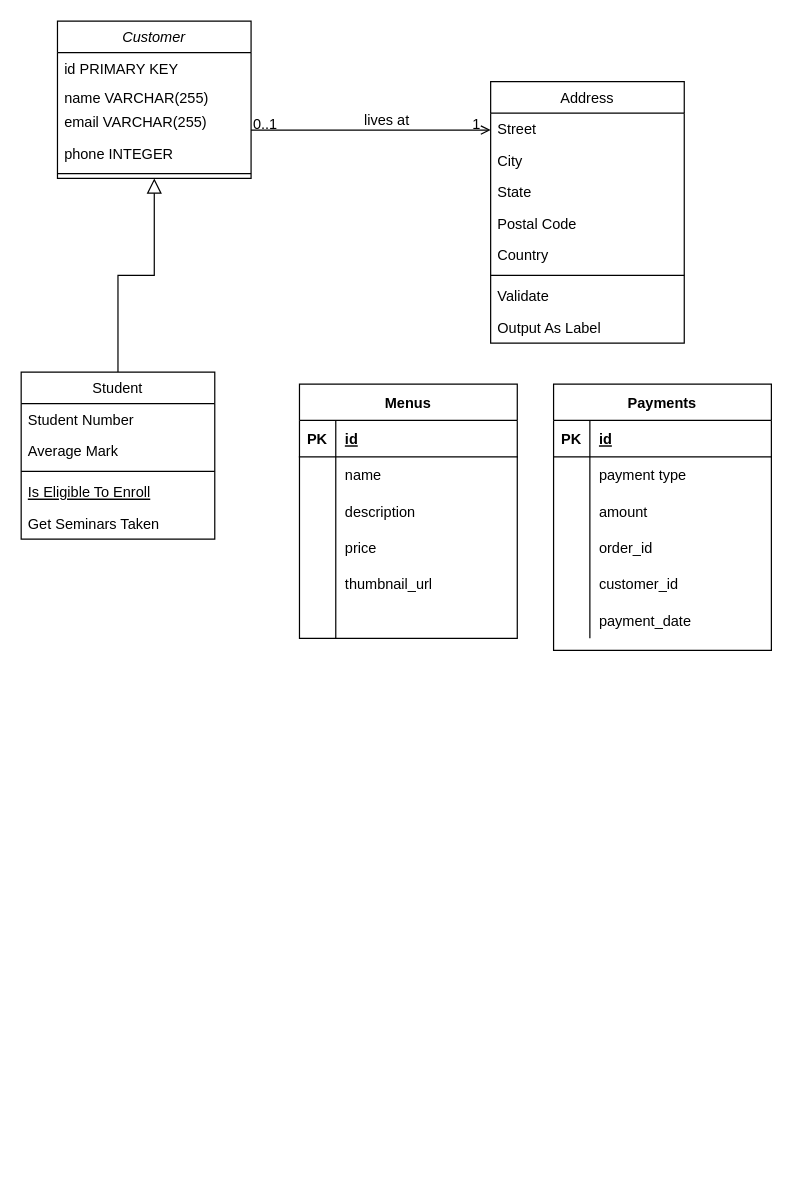
Before: Untitled Diagram.drawio in astarinamaulida/cravings, a draw.io diagram. Source tidied: cells renumbered, new cells numbered last; positions are measured from the earlier drawing's top-left corner, leaving out a move shared by most shapes. Both pictures are drawn from the tidied source at 121%, with x=0, y=0 at pixel (21, 21).
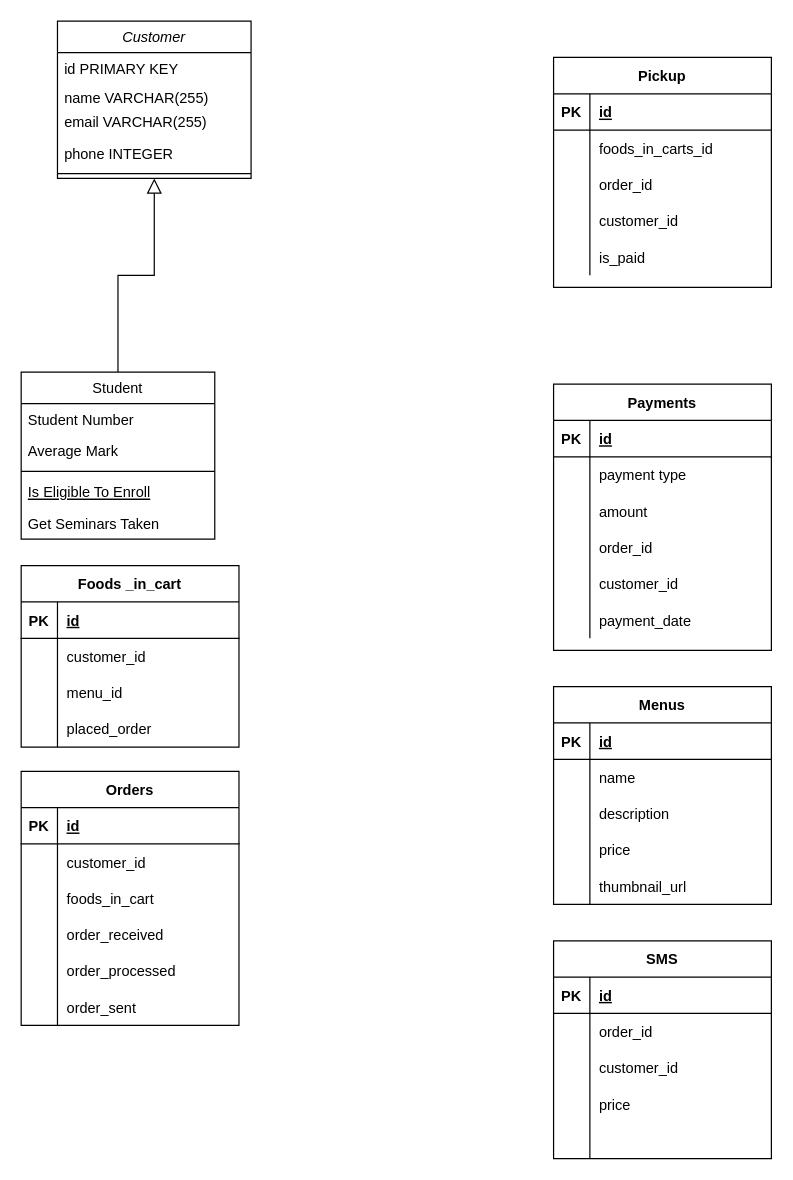
After the change.

Unchanged cells that the change refers to:
```xml
<mxCell id="2" value="Customer" style="swimlane;fontStyle=2;align=center;verticalAlign=top;horizontal=1;startSize=26;rounded=0;shadow=0;strokeWidth=1;" parent="1" vertex="1">
  <mxGeometry x="30" width="160" height="130" as="geometry" />
</mxCell>
```

What changed in the source:
```diff
@@
-    <mxCell id="15" value="Address" style="swimlane;fontStyle=0;align=center;verticalAlign=top;horizontal=1;startSize=26;rounded=0;shadow=0;strokeWidth=1;" parent="1" vertex="1">
-      <mxGeometry x="388" y="50" width="160" height="216" as="geometry" />
-    </mxCell>
-    <mxCell id="16" value="Street" style="text;align=left;verticalAlign=top;spacingLeft=4;spacingRight=4;overflow=hidden;" parent="15" vertex="1">
-      <mxGeometry y="26" width="160" height="26" as="geometry" />
-    </mxCell>
-    <mxCell id="17" value="City" style="text;align=left;verticalAlign=top;spacingLeft=4;spacingRight=4;overflow=hidden;rounded=0;shadow=0;html=0;" parent="15" vertex="1">
-      <mxGeometry y="52" width="160" height="26" as="geometry" />
-    </mxCell>
-    <mxCell id="18" value="State" style="text;align=left;verticalAlign=top;spacingLeft=4;spacingRight=4;overflow=hidden;rounded=0;shadow=0;html=0;" parent="15" vertex="1">
-      <mxGeometry y="78" width="160" height="26" as="geometry" />
-    </mxCell>
-    <mxCell id="19" value="Postal Code" style="text;align=left;verticalAlign=top;spacingLeft=4;spacingRight=4;overflow=hidden;rounded=0;shadow=0;html=0;" parent="15" vertex="1">
-      <mxGeometry y="104" width="160" height="26" as="geometry" />
-    </mxCell>
-    <mxCell id="20" value="Country" style="text;align=left;verticalAlign=top;spacingLeft=4;spacingRight=4;overflow=hidden;rounded=0;shadow=0;html=0;" parent="15" vertex="1">
-      <mxGeometry y="130" width="160" height="26" as="geometry" />
-    </mxCell>
-    <mxCell id="21" style="line;html=1;strokeWidth=1;align=left;verticalAlign=middle;spacingTop=-1;spacingLeft=3;spacingRight=3;labelPosition=right;" parent="15" vertex="1">
-      <mxGeometry y="156" width="160" height="8" as="geometry" />
-    </mxCell>
-    <mxCell id="22" value="Validate" style="text;align=left;verticalAlign=top;spacingLeft=4;spacingRight=4;overflow=hidden;" parent="15" vertex="1">
-      <mxGeometry y="164" width="160" height="26" as="geometry" />
-    </mxCell>
-    <mxCell id="23" value="Output As Label" style="text;align=left;verticalAlign=top;spacingLeft=4;spacingRight=4;overflow=hidden;" parent="15" vertex="1">
-      <mxGeometry y="190" width="160" height="26" as="geometry" />
-    </mxCell>
-    <mxCell id="24" style="endArrow=open;shadow=0;strokeWidth=1;rounded=0;endFill=1;edgeStyle=elbowEdgeStyle;elbow=vertical;" parent="1" edge="1" source="2" target="15">
-      <mxGeometry x="0.5" y="41" relative="1" as="geometry">
-        <mxPoint x="-40" y="32" as="offset" />
-      </mxGeometry>
-    </mxCell>
-    <mxCell id="25" value="0..1" style="align=left;verticalAlign=bottom;labelBackgroundColor=none;fontSize=12;" parent="24" vertex="1">
-      <mxGeometry x="-1" relative="1" as="geometry">
-        <mxPoint y="4" as="offset" />
-      </mxGeometry>
-    </mxCell>
-    <mxCell id="26" value="1" style="align=right;verticalAlign=bottom;labelBackgroundColor=none;fontSize=12;" parent="24" vertex="1">
-      <mxGeometry x="1" relative="1" as="geometry">
-        <mxPoint x="-7" y="4" as="offset" />
-      </mxGeometry>
-    </mxCell>
-    <mxCell id="27" value="lives at" style="text;html=1;align=center;verticalAlign=middle;labelBackgroundColor=none;rounded=0;shadow=0;strokeWidth=1;fontSize=12;" parent="24" vertex="1">
-      <mxGeometry x="0.5" y="49" relative="1" as="geometry">
-        <mxPoint x="-38" y="40" as="offset" />
-      </mxGeometry>
-    </mxCell>
@@
     <mxCell id="47" value="Menus" style="shape=table;startSize=30;childLayout=tableLayout;rowLines=0;fontStyle=1;align=center;" parent="1" vertex="1">
-      <mxGeometry x="230" y="300" width="180" height="210" as="geometry" />
+      <mxGeometry x="440" y="550" width="180" height="180" as="geometry" />
     </mxCell>
@@
+    <mxCell id="66" value="Foods _in_cart" style="shape=table;startSize=30;childLayout=tableLayout;rowLines=0;fontStyle=1;align=center;" parent="1" vertex="1">
+      <mxGeometry y="450" width="180" height="150" as="geometry" />
+    </mxCell>
+    <mxCell id="67" style="shape=partialRectangle;fillColor=none;top=0;left=0;bottom=1;right=0;" parent="66" vertex="1">
+      <mxGeometry y="30" width="180" height="30" as="geometry" />
+    </mxCell>
+    <mxCell id="68" value="PK" style="shape=partialRectangle;fillColor=none;top=0;left=0;bottom=0;right=0;fontStyle=1;overflow=hidden;" parent="67" vertex="1">
+      <mxGeometry width="30" height="30" as="geometry" />
+    </mxCell>
+    <mxCell id="69" value="id" style="shape=partialRectangle;fillColor=none;top=0;left=0;bottom=0;right=0;align=left;spacingLeft=6;fontStyle=5;overflow=hidden;" parent="67" vertex="1">
+      <mxGeometry x="30" width="150" height="30" as="geometry" />
+    </mxCell>
+    <mxCell id="70" style="shape=partialRectangle;fillColor=none;top=0;left=0;bottom=0;right=0;" parent="66" vertex="1">
+      <mxGeometry y="60" width="180" height="30" as="geometry" />
+    </mxCell>
+    <mxCell id="71" style="shape=partialRectangle;fillColor=none;top=0;left=0;bottom=0;right=0;overflow=hidden;" parent="70" vertex="1">
+      <mxGeometry width="30" height="30" as="geometry" />
+    </mxCell>
+    <mxCell id="72" value="customer_id" style="shape=partialRectangle;fillColor=none;top=0;left=0;bottom=0;right=0;align=left;spacingLeft=6;overflow=hidden;" parent="70" vertex="1">
+      <mxGeometry x="30" width="150" height="30" as="geometry" />
+    </mxCell>
+    <mxCell id="73" style="shape=partialRectangle;fillColor=none;top=0;left=0;bottom=0;right=0;" parent="66" vertex="1">
+      <mxGeometry y="90" width="180" height="30" as="geometry" />
+    </mxCell>
+    <mxCell id="74" style="shape=partialRectangle;fillColor=none;top=0;left=0;bottom=0;right=0;overflow=hidden;" parent="73" vertex="1">
+      <mxGeometry width="30" height="30" as="geometry" />
+    </mxCell>
+    <mxCell id="75" value="menu_id" style="shape=partialRectangle;fillColor=none;top=0;left=0;bottom=0;right=0;align=left;spacingLeft=6;overflow=hidden;" parent="73" vertex="1">
+      <mxGeometry x="30" width="150" height="30" as="geometry" />
+    </mxCell>
+    <mxCell id="76" style="shape=partialRectangle;fillColor=none;top=0;left=0;bottom=0;right=0;" parent="66" vertex="1">
+      <mxGeometry y="120" width="180" height="30" as="geometry" />
+    </mxCell>
+    <mxCell id="77" style="shape=partialRectangle;fillColor=none;top=0;left=0;bottom=0;right=0;overflow=hidden;" parent="76" vertex="1">
+      <mxGeometry width="30" height="30" as="geometry" />
+    </mxCell>
+    <mxCell id="78" value="placed_order" style="shape=partialRectangle;fillColor=none;top=0;left=0;bottom=0;right=0;align=left;spacingLeft=6;overflow=hidden;" parent="76" vertex="1">
+      <mxGeometry x="30" width="150" height="30" as="geometry" />
+    </mxCell>
+    <mxCell id="79" value="Orders" style="shape=table;startSize=30;childLayout=tableLayout;rowLines=0;fontStyle=1;align=center;" parent="1" vertex="1">
+      <mxGeometry y="620" width="180" height="210" as="geometry" />
+    </mxCell>
+    <mxCell id="80" style="shape=partialRectangle;fillColor=none;top=0;left=0;bottom=1;right=0;" parent="79" vertex="1">
+      <mxGeometry y="30" width="180" height="30" as="geometry" />
+    </mxCell>
+    <mxCell id="81" value="PK" style="shape=partialRectangle;fillColor=none;top=0;left=0;bottom=0;right=0;fontStyle=1;overflow=hidden;" parent="80" vertex="1">
+      <mxGeometry width="30" height="30" as="geometry" />
+    </mxCell>
+    <mxCell id="82" value="id" style="shape=partialRectangle;fillColor=none;top=0;left=0;bottom=0;right=0;align=left;spacingLeft=6;fontStyle=5;overflow=hidden;" parent="80" vertex="1">
+      <mxGeometry x="30" width="150" height="30" as="geometry" />
+    </mxCell>
+    <mxCell id="83" style="shape=partialRectangle;fillColor=none;top=0;left=0;bottom=0;right=0;" parent="79" vertex="1">
+      <mxGeometry y="60" width="180" height="30" as="geometry" />
+    </mxCell>
+    <mxCell id="84" style="shape=partialRectangle;fillColor=none;top=0;left=0;bottom=0;right=0;overflow=hidden;" parent="83" vertex="1">
+      <mxGeometry width="30" height="30" as="geometry" />
+    </mxCell>
+    <mxCell id="85" value="customer_id" style="shape=partialRectangle;fillColor=none;top=0;left=0;bottom=0;right=0;align=left;spacingLeft=6;overflow=hidden;" parent="83" vertex="1">
+      <mxGeometry x="30" width="150" height="30" as="geometry" />
+    </mxCell>
+    <mxCell id="86" style="shape=partialRectangle;fillColor=none;top=0;left=0;bottom=0;right=0;" parent="79" vertex="1">
+      <mxGeometry y="90" width="180" height="30" as="geometry" />
+    </mxCell>
+    <mxCell id="87" style="shape=partialRectangle;fillColor=none;top=0;left=0;bottom=0;right=0;overflow=hidden;" parent="86" vertex="1">
+      <mxGeometry width="30" height="30" as="geometry" />
+    </mxCell>
+    <mxCell id="88" value="foods_in_cart" style="shape=partialRectangle;fillColor=none;top=0;left=0;bottom=0;right=0;align=left;spacingLeft=6;overflow=hidden;" parent="86" vertex="1">
+      <mxGeometry x="30" width="150" height="30" as="geometry" />
+    </mxCell>
+    <mxCell id="89" style="shape=partialRectangle;fillColor=none;top=0;left=0;bottom=0;right=0;" parent="79" vertex="1">
+      <mxGeometry y="120" width="180" height="30" as="geometry" />
+    </mxCell>
+    <mxCell id="90" style="shape=partialRectangle;fillColor=none;top=0;left=0;bottom=0;right=0;overflow=hidden;" parent="89" vertex="1">
+      <mxGeometry width="30" height="30" as="geometry" />
+    </mxCell>
+    <mxCell id="91" value="order_received" style="shape=partialRectangle;fillColor=none;top=0;left=0;bottom=0;right=0;align=left;spacingLeft=6;overflow=hidden;" parent="89" vertex="1">
+      <mxGeometry x="30" width="150" height="30" as="geometry" />
+    </mxCell>
+    <mxCell id="92" style="shape=partialRectangle;fillColor=none;top=0;left=0;bottom=0;right=0;" parent="79" vertex="1">
+      <mxGeometry y="150" width="180" height="30" as="geometry" />
+    </mxCell>
+    <mxCell id="93" style="shape=partialRectangle;fillColor=none;top=0;left=0;bottom=0;right=0;overflow=hidden;" parent="92" vertex="1">
+      <mxGeometry width="30" height="30" as="geometry" />
+    </mxCell>
+    <mxCell id="94" value="order_processed" style="shape=partialRectangle;fillColor=none;top=0;left=0;bottom=0;right=0;align=left;spacingLeft=6;overflow=hidden;" parent="92" vertex="1">
+      <mxGeometry x="30" width="150" height="30" as="geometry" />
+    </mxCell>
-    <mxCell id="63" style="shape=partialRectangle;fillColor=none;top=0;left=0;bottom=0;right=0;" parent="47" vertex="1">
+    <mxCell id="63" style="shape=partialRectangle;fillColor=none;top=0;left=0;bottom=0;right=0;" parent="79" vertex="1">
       <mxGeometry y="180" width="180" height="30" as="geometry" />
     </mxCell>
-    <mxCell id="64" style="shape=partialRectangle;fillColor=none;top=0;left=0;bottom=0;right=0;overflow=hidden;" parent="63" vertex="1">
-      <mxGeometry width="30" height="30" as="geometry" />
-    </mxCell>
+    <mxCell id="95" style="shape=partialRectangle;fillColor=none;top=0;left=0;bottom=0;right=0;overflow=hidden;" parent="63" vertex="1">
+      <mxGeometry width="30" height="30" as="geometry" />
+    </mxCell>
+    <mxCell id="96" value="order_sent" style="shape=partialRectangle;fillColor=none;top=0;left=0;bottom=0;right=0;align=left;spacingLeft=6;overflow=hidden;" parent="63" vertex="1">
+      <mxGeometry x="30" width="150" height="30" as="geometry" />
+    </mxCell>
+    <mxCell id="97" value="Pickup" style="shape=table;startSize=30;childLayout=tableLayout;rowLines=0;fontStyle=1;align=center;" parent="1" vertex="1">
+      <mxGeometry x="440" y="30" width="180" height="190" as="geometry" />
+    </mxCell>
+    <mxCell id="98" style="shape=partialRectangle;fillColor=none;top=0;left=0;bottom=1;right=0;" parent="97" vertex="1">
+      <mxGeometry y="30" width="180" height="30" as="geometry" />
+    </mxCell>
+    <mxCell id="99" value="PK" style="shape=partialRectangle;fillColor=none;top=0;left=0;bottom=0;right=0;fontStyle=1;overflow=hidden;" parent="98" vertex="1">
+      <mxGeometry width="30" height="30" as="geometry" />
+    </mxCell>
+    <mxCell id="100" value="id" style="shape=partialRectangle;fillColor=none;top=0;left=0;bottom=0;right=0;align=left;spacingLeft=6;fontStyle=5;overflow=hidden;" parent="98" vertex="1">
+      <mxGeometry x="30" width="150" height="30" as="geometry" />
+    </mxCell>
+    <mxCell id="101" style="shape=partialRectangle;fillColor=none;top=0;left=0;bottom=0;right=0;" parent="97" vertex="1">
+      <mxGeometry y="60" width="180" height="30" as="geometry" />
+    </mxCell>
+    <mxCell id="102" style="shape=partialRectangle;fillColor=none;top=0;left=0;bottom=0;right=0;overflow=hidden;" parent="101" vertex="1">
+      <mxGeometry width="30" height="30" as="geometry" />
+    </mxCell>
+    <mxCell id="103" value="foods_in_carts_id" style="shape=partialRectangle;fillColor=none;top=0;left=0;bottom=0;right=0;align=left;spacingLeft=6;overflow=hidden;" parent="101" vertex="1">
+      <mxGeometry x="30" width="150" height="30" as="geometry" />
+    </mxCell>
+    <mxCell id="104" style="shape=partialRectangle;fillColor=none;top=0;left=0;bottom=0;right=0;" parent="97" vertex="1">
+      <mxGeometry y="90" width="180" height="30" as="geometry" />
+    </mxCell>
+    <mxCell id="105" style="shape=partialRectangle;fillColor=none;top=0;left=0;bottom=0;right=0;overflow=hidden;" parent="104" vertex="1">
+      <mxGeometry width="30" height="30" as="geometry" />
+    </mxCell>
+    <mxCell id="106" value="order_id" style="shape=partialRectangle;fillColor=none;top=0;left=0;bottom=0;right=0;align=left;spacingLeft=6;overflow=hidden;" parent="104" vertex="1">
+      <mxGeometry x="30" width="150" height="30" as="geometry" />
+    </mxCell>
+    <mxCell id="107" style="shape=partialRectangle;fillColor=none;top=0;left=0;bottom=0;right=0;" parent="97" vertex="1">
+      <mxGeometry y="120" width="180" height="30" as="geometry" />
+    </mxCell>
+    <mxCell id="108" style="shape=partialRectangle;fillColor=none;top=0;left=0;bottom=0;right=0;overflow=hidden;" parent="107" vertex="1">
+      <mxGeometry width="30" height="30" as="geometry" />
+    </mxCell>
+    <mxCell id="109" value="customer_id" style="shape=partialRectangle;fillColor=none;top=0;left=0;bottom=0;right=0;align=left;spacingLeft=6;overflow=hidden;" parent="107" vertex="1">
+      <mxGeometry x="30" width="150" height="30" as="geometry" />
+    </mxCell>
+    <mxCell id="110" style="shape=partialRectangle;fillColor=none;top=0;left=0;bottom=0;right=0;" parent="97" vertex="1">
+      <mxGeometry y="150" width="180" height="30" as="geometry" />
+    </mxCell>
+    <mxCell id="111" style="shape=partialRectangle;fillColor=none;top=0;left=0;bottom=0;right=0;overflow=hidden;" parent="110" vertex="1">
+      <mxGeometry width="30" height="30" as="geometry" />
+    </mxCell>
+    <mxCell id="112" value="is_paid" style="shape=partialRectangle;fillColor=none;top=0;left=0;bottom=0;right=0;align=left;spacingLeft=6;overflow=hidden;" parent="110" vertex="1">
+      <mxGeometry x="30" width="150" height="30" as="geometry" />
+    </mxCell>
+    <mxCell id="113" value="SMS" style="shape=table;startSize=30;childLayout=tableLayout;rowLines=0;fontStyle=1;align=center;" parent="1" vertex="1">
+      <mxGeometry x="440" y="760" width="180" height="180" as="geometry" />
+    </mxCell>
+    <mxCell id="114" style="shape=partialRectangle;fillColor=none;top=0;left=0;bottom=1;right=0;" parent="113" vertex="1">
+      <mxGeometry y="30" width="180" height="30" as="geometry" />
+    </mxCell>
+    <mxCell id="115" value="PK" style="shape=partialRectangle;fillColor=none;top=0;left=0;bottom=0;right=0;fontStyle=1;overflow=hidden;" parent="114" vertex="1">
+      <mxGeometry width="30" height="30" as="geometry" />
+    </mxCell>
+    <mxCell id="116" value="id" style="shape=partialRectangle;fillColor=none;top=0;left=0;bottom=0;right=0;align=left;spacingLeft=6;fontStyle=5;overflow=hidden;" parent="114" vertex="1">
+      <mxGeometry x="30" width="150" height="30" as="geometry" />
+    </mxCell>
+    <mxCell id="117" style="shape=partialRectangle;fillColor=none;top=0;left=0;bottom=0;right=0;" parent="113" vertex="1">
+      <mxGeometry y="60" width="180" height="30" as="geometry" />
+    </mxCell>
+    <mxCell id="118" style="shape=partialRectangle;fillColor=none;top=0;left=0;bottom=0;right=0;overflow=hidden;" parent="117" vertex="1">
+      <mxGeometry width="30" height="30" as="geometry" />
+    </mxCell>
+    <mxCell id="119" value="order_id" style="shape=partialRectangle;fillColor=none;top=0;left=0;bottom=0;right=0;align=left;spacingLeft=6;overflow=hidden;" parent="117" vertex="1">
+      <mxGeometry x="30" width="150" height="30" as="geometry" />
+    </mxCell>
+    <mxCell id="120" style="shape=partialRectangle;fillColor=none;top=0;left=0;bottom=0;right=0;" parent="113" vertex="1">
+      <mxGeometry y="90" width="180" height="30" as="geometry" />
+    </mxCell>
+    <mxCell id="121" style="shape=partialRectangle;fillColor=none;top=0;left=0;bottom=0;right=0;overflow=hidden;" parent="120" vertex="1">
+      <mxGeometry width="30" height="30" as="geometry" />
+    </mxCell>
+    <mxCell id="122" value="customer_id" style="shape=partialRectangle;fillColor=none;top=0;left=0;bottom=0;right=0;align=left;spacingLeft=6;overflow=hidden;" parent="120" vertex="1">
+      <mxGeometry x="30" width="150" height="30" as="geometry" />
+    </mxCell>
+    <mxCell id="123" style="shape=partialRectangle;fillColor=none;top=0;left=0;bottom=0;right=0;" parent="113" vertex="1">
+      <mxGeometry y="120" width="180" height="30" as="geometry" />
+    </mxCell>
+    <mxCell id="124" style="shape=partialRectangle;fillColor=none;top=0;left=0;bottom=0;right=0;overflow=hidden;" parent="123" vertex="1">
+      <mxGeometry width="30" height="30" as="geometry" />
+    </mxCell>
+    <mxCell id="125" value="price" style="shape=partialRectangle;fillColor=none;top=0;left=0;bottom=0;right=0;align=left;spacingLeft=6;overflow=hidden;" parent="123" vertex="1">
+      <mxGeometry x="30" width="150" height="30" as="geometry" />
+    </mxCell>
+    <mxCell id="126" style="shape=partialRectangle;fillColor=none;top=0;left=0;bottom=0;right=0;" parent="113" vertex="1">
+      <mxGeometry y="150" width="180" height="30" as="geometry" />
+    </mxCell>
+    <mxCell id="127" style="shape=partialRectangle;fillColor=none;top=0;left=0;bottom=0;right=0;overflow=hidden;" parent="126" vertex="1">
+      <mxGeometry width="30" height="30" as="geometry" />
+    </mxCell>
-    <mxCell id="65" style="shape=partialRectangle;fillColor=none;top=0;left=0;bottom=0;right=0;align=left;spacingLeft=6;overflow=hidden;" parent="63" vertex="1">
+    <mxCell id="65" style="shape=partialRectangle;fillColor=none;top=0;left=0;bottom=0;right=0;align=left;spacingLeft=6;overflow=hidden;" parent="126" vertex="1">
       <mxGeometry x="30" width="150" height="30" as="geometry" />
     </mxCell>
```
